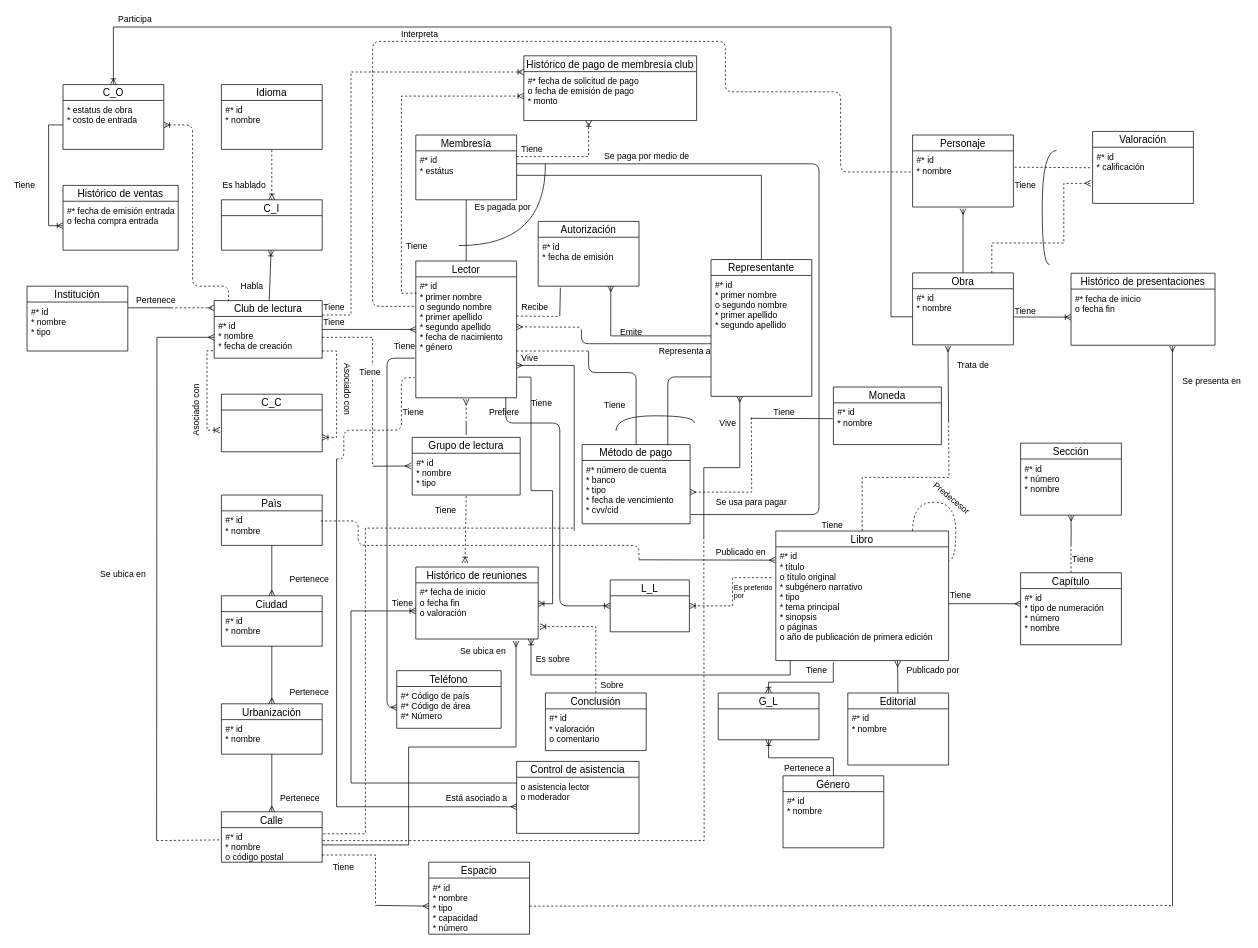
Before: DB I/Hopefully this will be the last ER.drawio in NeutronBlast/IS-Ex, a draw.io diagram. Source tidied: cells renumbered, new cells numbered last; positions are measured from the earlier drawing's top-left corner, leaving out a move shared by most shapes. Both pictures are drawn from the tidied source at 72%, with x=0, y=0 at pixel (12, 12).
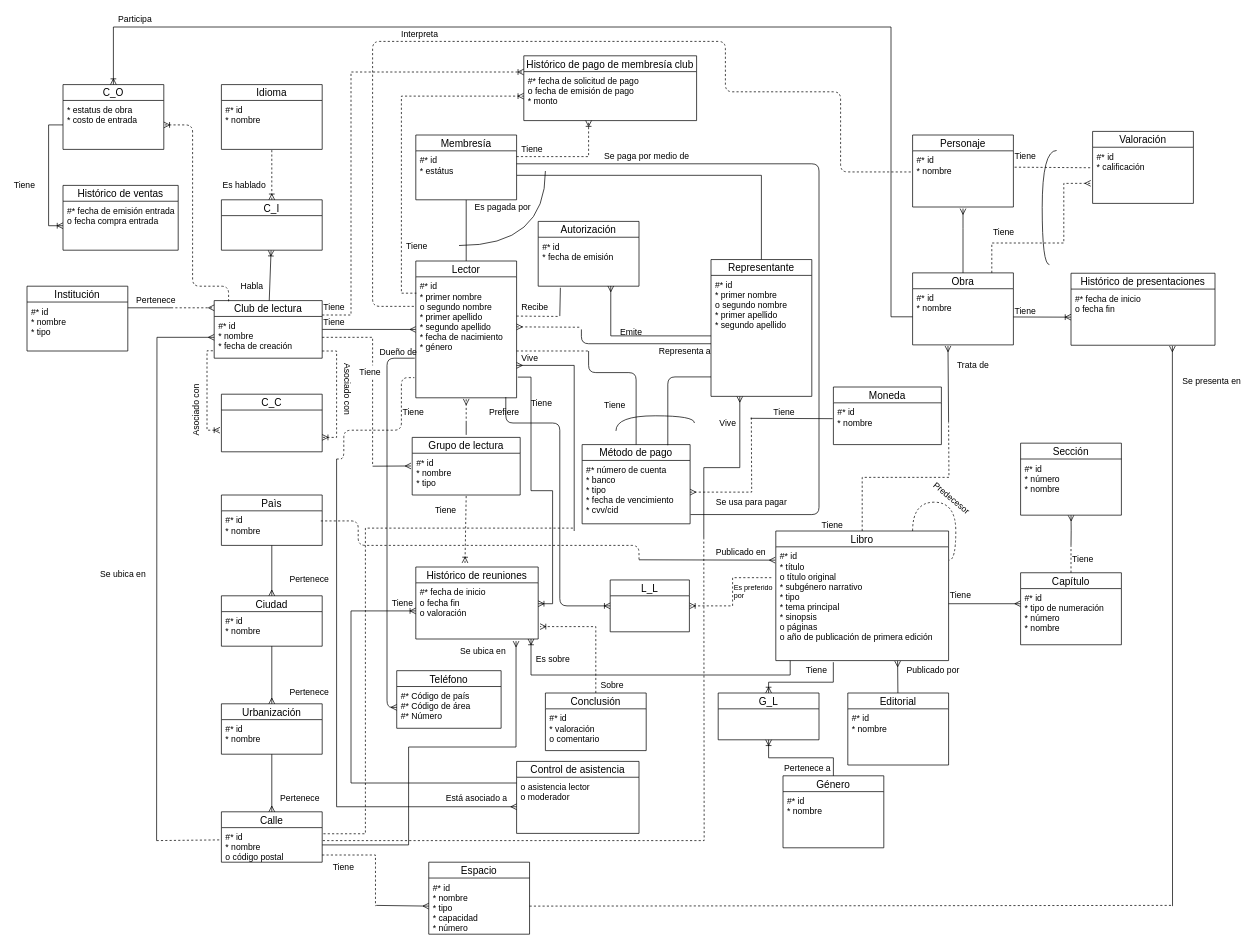
After the change.

What changed in the source:
```diff
@@
     <mxCell id="50" style="endArrow=none;html=1;strokeColor=#000000;edgeStyle=orthogonalEdgeStyle;curved=1;" parent="1" edge="1">
       <mxGeometry relative="1" as="geometry">
         <mxPoint x="620" y="323.5" as="sourcePoint" />
-        <mxPoint x="740" y="210" as="targetPoint" />
+        <mxPoint x="740" y="220" as="targetPoint" />
       </mxGeometry>
     </mxCell>
@@
-    <mxCell id="100" value="Tiene" style="text;html=1;align=left;verticalAlign=top;spacingTop=-4;" parent="1" vertex="1">
-      <mxGeometry x="527.5" y="454" width="40" height="20" as="geometry" />
+    <mxCell id="100" value="Dueño de" style="text;html=1;align=left;verticalAlign=top;spacingTop=-4;" parent="1" vertex="1">
+      <mxGeometry x="508" y="461.5" width="70" height="20" as="geometry" />
     </mxCell>
@@
     <mxCell id="180" value="Tiene" style="text;html=1;align=left;verticalAlign=top;spacingTop=-4;" parent="1" vertex="1">
-      <mxGeometry x="1390" y="230" width="40" height="20" as="geometry" />
+      <mxGeometry x="1390" y="190" width="40" height="20" as="geometry" />
     </mxCell>
@@
+    <mxCell id="194" value="Tiene" style="text;html=1;align=left;verticalAlign=top;spacingTop=-4;" parent="1" vertex="1">
+      <mxGeometry x="1360" y="295" width="40" height="20" as="geometry" />
+    </mxCell>
```
